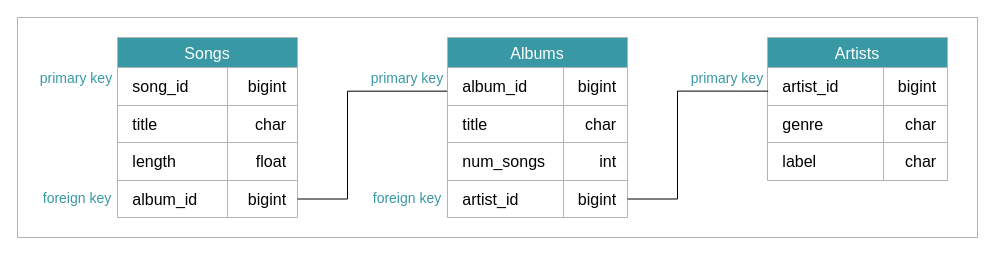
The draw.io diagram page "logical" (13 of 16) of assets/drawio-files/all-things-data.drawio in joseeden/joeden, before the edit. Source tidied: cells renumbered, new cells numbered last; positions are measured from the earlier drawing's top-left corner, leaving out a move shared by most shapes. Both pictures are drawn from the tidied source at 100%, with x=0, y=0 at pixel (17, 17).
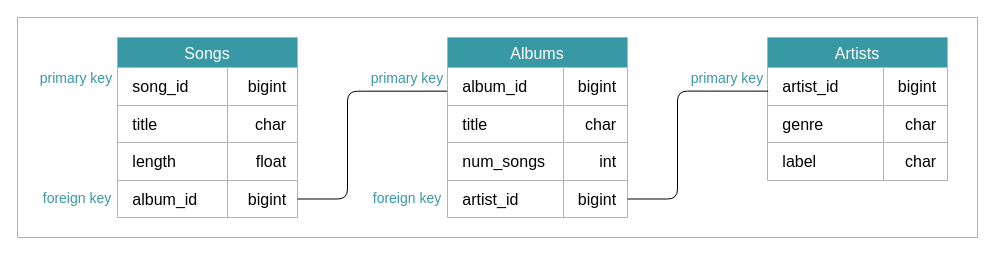
Above is the later version.

Unchanged cells that the change refers to:
```xml
<mxCell id="13" style="shape=tableRow;horizontal=0;startSize=0;swimlaneHead=0;swimlaneBody=0;top=0;left=0;bottom=0;right=0;fillColor=none;points=[[0,0.5],[1,0.5]];portConstraint=eastwest;rounded=0;strokeColor=#B3B3B3;fontSize=16;" parent="3" vertex="1">
  <mxGeometry y="143" width="180" height="37" as="geometry" />
</mxCell>
<mxCell id="17" style="shape=tableRow;horizontal=0;startSize=0;swimlaneHead=0;swimlaneBody=0;top=0;left=0;bottom=0;right=0;fillColor=none;points=[[0,0.5],[1,0.5]];portConstraint=eastwest;rounded=0;strokeColor=#B3B3B3;fontSize=16;" parent="16" vertex="1">
  <mxGeometry y="30" width="180" height="38" as="geometry" />
</mxCell>
<mxCell id="26" style="shape=tableRow;horizontal=0;startSize=0;swimlaneHead=0;swimlaneBody=0;top=0;left=0;bottom=0;right=0;fillColor=none;points=[[0,0.5],[1,0.5]];portConstraint=eastwest;rounded=0;strokeColor=#B3B3B3;fontSize=16;" parent="16" vertex="1">
  <mxGeometry y="143" width="180" height="37" as="geometry" />
</mxCell>
<mxCell id="35" style="shape=tableRow;horizontal=0;startSize=0;swimlaneHead=0;swimlaneBody=0;top=0;left=0;bottom=0;right=0;fillColor=none;points=[[0,0.5],[1,0.5]];portConstraint=eastwest;rounded=0;strokeColor=#B3B3B3;fontSize=16;" parent="34" vertex="1">
  <mxGeometry y="30" width="180" height="38" as="geometry" />
</mxCell>
```

Change to the diagram source:
```diff
@@
-    <mxCell id="29" style="edgeStyle=orthogonalEdgeStyle;rounded=0;jettySize=auto;html=1;fontSize=16;fontColor=#FFFFFF;endArrow=none;endFill=0;entryX=-0.002;entryY=0.623;entryDx=0;entryDy=0;entryPerimeter=0;" parent="1" edge="1" source="13" target="17">
+    <mxCell id="29" style="edgeStyle=orthogonalEdgeStyle;rounded=1;jettySize=auto;html=1;fontSize=16;fontColor=#FFFFFF;endArrow=none;endFill=0;entryX=-0.002;entryY=0.623;entryDx=0;entryDy=0;entryPerimeter=0;" parent="1" edge="1" source="13" target="17">
       <mxGeometry x="-0.02" y="20" relative="1" as="geometry">
         <Array as="points">
           <mxPoint x="330" y="182" />
           <mxPoint x="330" y="74" />
         </Array>
       </mxGeometry>
     </mxCell>
@@
-    <mxCell id="44" style="edgeStyle=orthogonalEdgeStyle;rounded=0;jettySize=auto;html=1;entryX=0.004;entryY=0.622;entryDx=0;entryDy=0;entryPerimeter=0;fontSize=14;fontColor=#3899A5;endArrow=none;endFill=0;" parent="1" edge="1" source="26" target="35">
+    <mxCell id="44" style="edgeStyle=orthogonalEdgeStyle;rounded=1;jettySize=auto;html=1;entryX=0.004;entryY=0.622;entryDx=0;entryDy=0;entryPerimeter=0;fontSize=14;fontColor=#3899A5;endArrow=none;endFill=0;" parent="1" edge="1" source="26" target="35">
       <mxGeometry relative="1" as="geometry">
         <Array as="points">
           <mxPoint x="660" y="182" />
           <mxPoint x="660" y="74" />
         </Array>
       </mxGeometry>
     </mxCell>
```
